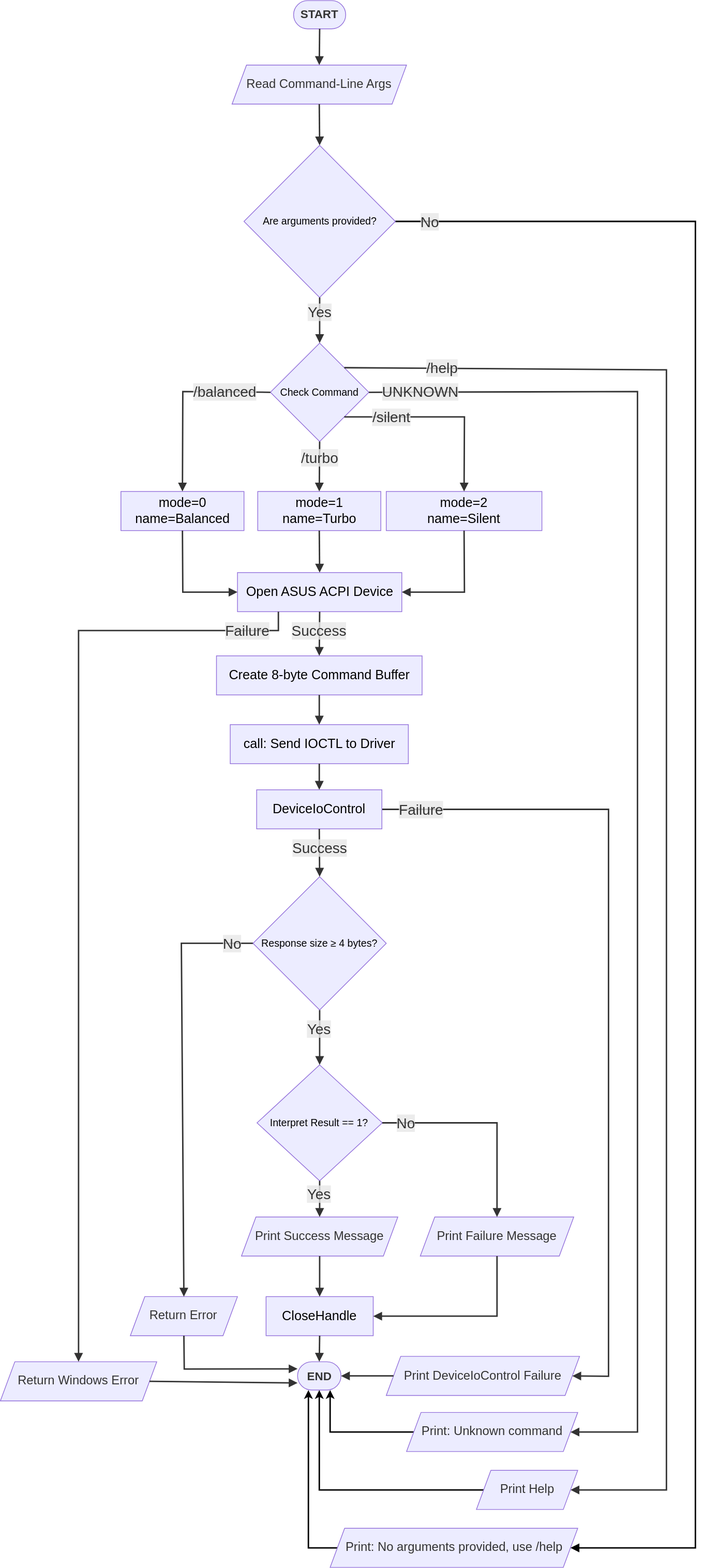
This is AsusMode.drawio.svg from KiyomizuSuzu/AsusMode, a draw.io export, as it was before one commit. Source tidied: cells renumbered, new cells last; positions are measured from the earlier drawing's top-left corner, leaving out a move shared by most shapes.
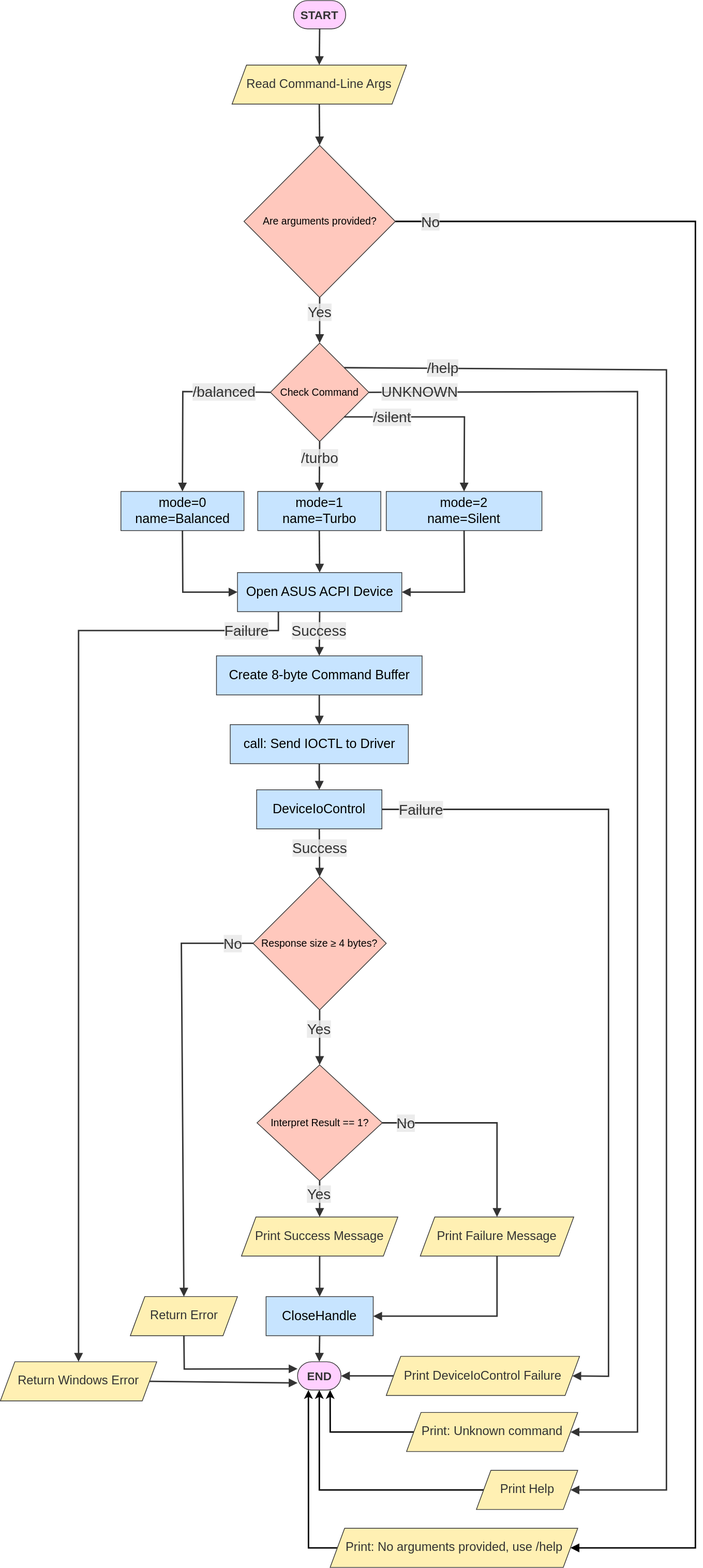
After the commit.

The edit, as a diff of the source:
```diff
@@ -2,28 +2,28 @@
   <root>
     <mxCell id="0" />
     <mxCell id="1" parent="0" />
-    <mxCell id="2" value="START" style="html=1;rounded=1;whiteSpace=wrap;arcSize=50;strokeWidth=1;fillColor=light-dark(#ECECFF,#FFA7FF);strokeColor=light-dark(#9370DB,#cccccc);fontColor=light-dark(#333333,#000000);fontFamily=Trebuchet MS,Verdana,Arial,sans-serif;fontSize=16;fontStyle=1;" parent="1" vertex="1">
+    <mxCell id="2" value="START" style="html=1;rounded=1;whiteSpace=wrap;arcSize=50;strokeWidth=1;fillColor=light-dark(#FFD0FF,#FFA7FF);strokeColor=light-dark(#333333,#CCCCCC);fontColor=light-dark(#333333,#000000);fontFamily=Trebuchet MS,Verdana,Arial,sans-serif;fontSize=16;fontStyle=1;" parent="1" vertex="1">
       <mxGeometry x="405" width="72" height="39" as="geometry" />
     </mxCell>
-    <mxCell id="3" value="Read Command-Line Args" style="html=1;whiteSpace=wrap;strokeWidth=1;fillColor=light-dark(#ECECFF,#FFE599);strokeColor=light-dark(#9370DB,#cccccc);fontColor=light-dark(#333333,#000000);fontFamily=Trebuchet MS,Verdana,Arial,sans-serif;fontSize=17;shape=parallelogram;perimeter=parallelogramPerimeter;fixedSize=1;" parent="1" vertex="1">
+    <mxCell id="3" value="Read Command-Line Args" style="html=1;whiteSpace=wrap;strokeWidth=1;fillColor=light-dark(#FFF0B3,#FFE599);strokeColor=light-dark(#333333,#CCCCCC);fontColor=light-dark(#333333,#000000);fontFamily=Trebuchet MS,Verdana,Arial,sans-serif;fontSize=17;shape=parallelogram;perimeter=parallelogramPerimeter;fixedSize=1;" parent="1" vertex="1">
       <mxGeometry x="320" y="89" width="241" height="54" as="geometry" />
     </mxCell>
-    <mxCell id="4" value="Check Command" style="rhombus;html=1;strokeWidth=1;whiteSpace=wrap;fillColor=light-dark(#ECECFF,#FF9281);strokeColor=light-dark(#9370DB,#cccccc);fontColor=light-dark(#000000,#000000);fontFamily=Trebuchet MS,Verdana,Arial,sans-serif;fontSize=14;" parent="1" vertex="1">
+    <mxCell id="4" value="Check Command" style="rhombus;html=1;strokeWidth=1;whiteSpace=wrap;fillColor=light-dark(#FFC8BD,#FF9281);strokeColor=light-dark(#333333,#CCCCCC);fontColor=light-dark(#000000,#000000);fontFamily=Trebuchet MS,Verdana,Arial,sans-serif;fontSize=14;" parent="1" vertex="1">
       <mxGeometry x="373" y="473" width="136" height="136" as="geometry" />
     </mxCell>
-    <mxCell id="5" value="&lt;div&gt;mode=0&lt;/div&gt;&lt;div&gt;name=Balanced&lt;/div&gt;" style="html=1;whiteSpace=wrap;strokeWidth=1;fillColor=light-dark(#ECECFF,#6DB2FF);strokeColor=light-dark(#9370DB,#cccccc);fontColor=light-dark(#000000,#000000);fontFamily=Trebuchet MS,Verdana,Arial,sans-serif;fontSize=18;" parent="1" vertex="1">
+    <mxCell id="5" value="&lt;div&gt;mode=0&lt;/div&gt;&lt;div&gt;name=Balanced&lt;/div&gt;" style="html=1;whiteSpace=wrap;strokeWidth=1;fillColor=light-dark(#C7E4FF,#6DB2FF);strokeColor=light-dark(#333333,#CCCCCC);fontColor=light-dark(#000000,#000000);fontFamily=Trebuchet MS,Verdana,Arial,sans-serif;fontSize=18;" parent="1" vertex="1">
       <mxGeometry x="166.5" y="678" width="170" height="54" as="geometry" />
     </mxCell>
-    <mxCell id="6" value="&lt;div&gt;mode=1&lt;/div&gt;&lt;div&gt;name=Turbo&lt;/div&gt;" style="html=1;whiteSpace=wrap;strokeWidth=1;fillColor=light-dark(#ECECFF,#6DB2FF);strokeColor=light-dark(#9370DB,#cccccc);fontColor=light-dark(#000000,#000000);fontFamily=Trebuchet MS,Verdana,Arial,sans-serif;fontSize=18;" parent="1" vertex="1">
+    <mxCell id="6" value="&lt;div&gt;mode=1&lt;/div&gt;&lt;div&gt;name=Turbo&lt;/div&gt;" style="html=1;whiteSpace=wrap;strokeWidth=1;fillColor=light-dark(#C7E4FF,#6DB2FF);strokeColor=light-dark(#333333,#CCCCCC);fontColor=light-dark(#000000,#000000);fontFamily=Trebuchet MS,Verdana,Arial,sans-serif;fontSize=18;" parent="1" vertex="1">
       <mxGeometry x="355.5" y="678" width="170" height="54" as="geometry" />
     </mxCell>
-    <mxCell id="7" value="&lt;div&gt;mode=2&lt;/div&gt;&lt;div&gt;name=Silent&lt;/div&gt;" style="html=1;whiteSpace=wrap;strokeWidth=1;fillColor=light-dark(#ECECFF,#6DB2FF);strokeColor=light-dark(#9370DB,#cccccc);fontColor=light-dark(#000000,#000000);fontFamily=Trebuchet MS,Verdana,Arial,sans-serif;fontSize=18;" parent="1" vertex="1">
+    <mxCell id="7" value="&lt;div&gt;mode=2&lt;/div&gt;&lt;div&gt;name=Silent&lt;/div&gt;" style="html=1;whiteSpace=wrap;strokeWidth=1;fillColor=light-dark(#C7E4FF,#6DB2FF);strokeColor=light-dark(#333333,#CCCCCC);fontColor=light-dark(#000000,#000000);fontFamily=Trebuchet MS,Verdana,Arial,sans-serif;fontSize=18;" parent="1" vertex="1">
       <mxGeometry x="533" y="678" width="215" height="54" as="geometry" />
     </mxCell>
     <mxCell id="8" style="edgeStyle=orthogonalEdgeStyle;rounded=0;jettySize=auto;html=1;exitX=0;exitY=0.5;exitDx=0;exitDy=0;entryX=0.75;entryY=1;entryDx=0;entryDy=0;strokeWidth=2;" parent="1" edge="1" source="9" target="22">
       <mxGeometry relative="1" as="geometry" />
     </mxCell>
-    <mxCell id="9" value="Print: Unknown command" style="html=1;whiteSpace=wrap;strokeWidth=1;fillColor=light-dark(#ECECFF,#FFE599);strokeColor=light-dark(#9370DB,#cccccc);fontColor=light-dark(#333333,#000000);fontFamily=Trebuchet MS,Verdana,Arial,sans-serif;fontSize=17;shape=parallelogram;perimeter=parallelogramPerimeter;fixedSize=1;" parent="1" vertex="1">
+    <mxCell id="9" value="Print: Unknown command" style="html=1;whiteSpace=wrap;strokeWidth=1;fillColor=light-dark(#FFF0B3,#FFE599);strokeColor=light-dark(#333333,#CCCCCC);fontColor=light-dark(#333333,#000000);fontFamily=Trebuchet MS,Verdana,Arial,sans-serif;fontSize=17;shape=parallelogram;perimeter=parallelogramPerimeter;fixedSize=1;" parent="1" vertex="1">
       <mxGeometry x="561" y="1950" width="236.5" height="54" as="geometry" />
     </mxCell>
     <mxCell id="10" style="edgeStyle=orthogonalEdgeStyle;rounded=0;jettySize=auto;html=1;entryX=0.25;entryY=1;entryDx=0;entryDy=0;exitX=0;exitY=0.5;exitDx=0;exitDy=0;strokeWidth=2;" parent="1" edge="1" source="11" target="22">
@@ -33,40 +33,40 @@
         </Array>
       </mxGeometry>
     </mxCell>
-    <mxCell id="11" value="&lt;div&gt;Print: No arguments provided, use /help&lt;/div&gt;" style="html=1;whiteSpace=wrap;strokeWidth=1;fillColor=light-dark(#ECECFF,#FFE599);strokeColor=light-dark(#9370DB,#cccccc);fontColor=light-dark(#333333,#000000);fontFamily=Trebuchet MS,Verdana,Arial,sans-serif;fontSize=17;shape=parallelogram;perimeter=parallelogramPerimeter;fixedSize=1;" parent="1" vertex="1">
+    <mxCell id="11" value="&lt;div&gt;Print: No arguments provided, use /help&lt;/div&gt;" style="html=1;whiteSpace=wrap;strokeWidth=1;fillColor=light-dark(#FFF0B3,#FFE599);strokeColor=light-dark(#333333,#CCCCCC);fontColor=light-dark(#333333,#000000);fontFamily=Trebuchet MS,Verdana,Arial,sans-serif;fontSize=17;shape=parallelogram;perimeter=parallelogramPerimeter;fixedSize=1;" parent="1" vertex="1">
       <mxGeometry x="455.5" y="2110" width="342" height="54" as="geometry" />
     </mxCell>
-    <mxCell id="12" value="Open ASUS ACPI Device" style="html=1;whiteSpace=wrap;strokeWidth=1;fillColor=light-dark(#ECECFF,#6DB2FF);strokeColor=light-dark(#9370DB,#cccccc);fontColor=light-dark(#000000,#000000);fontFamily=Trebuchet MS,Verdana,Arial,sans-serif;fontSize=18;" parent="1" vertex="1">
+    <mxCell id="12" value="Open ASUS ACPI Device" style="html=1;whiteSpace=wrap;strokeWidth=1;fillColor=light-dark(#C7E4FF,#6DB2FF);strokeColor=light-dark(#333333,#CCCCCC);fontColor=light-dark(#000000,#000000);fontFamily=Trebuchet MS,Verdana,Arial,sans-serif;fontSize=18;" parent="1" vertex="1">
       <mxGeometry x="327.5" y="790" width="227" height="54" as="geometry" />
     </mxCell>
-    <mxCell id="13" value="Return Windows Error" style="html=1;whiteSpace=wrap;strokeWidth=1;fillColor=light-dark(#ECECFF,#FFE599);strokeColor=light-dark(#9370DB,#cccccc);fontColor=light-dark(#333333,#000000);fontFamily=Trebuchet MS,Verdana,Arial,sans-serif;fontSize=17;shape=parallelogram;perimeter=parallelogramPerimeter;fixedSize=1;" parent="1" vertex="1">
+    <mxCell id="13" value="Return Windows Error" style="html=1;whiteSpace=wrap;strokeWidth=1;fillColor=light-dark(#FFF0B3,#FFE599);strokeColor=light-dark(#333333,#CCCCCC);fontColor=light-dark(#333333,#000000);fontFamily=Trebuchet MS,Verdana,Arial,sans-serif;fontSize=17;shape=parallelogram;perimeter=parallelogramPerimeter;fixedSize=1;" parent="1" vertex="1">
       <mxGeometry y="1880" width="216" height="54" as="geometry" />
     </mxCell>
-    <mxCell id="14" value="Create 8-byte Command Buffer" style="html=1;whiteSpace=wrap;strokeWidth=1;fillColor=light-dark(#ECECFF,#6DB2FF);strokeColor=light-dark(#9370DB,#cccccc);fontColor=light-dark(#000000,#000000);fontFamily=Trebuchet MS,Verdana,Arial,sans-serif;fontSize=18;" parent="1" vertex="1">
+    <mxCell id="14" value="Create 8-byte Command Buffer" style="html=1;whiteSpace=wrap;strokeWidth=1;fillColor=light-dark(#C7E4FF,#6DB2FF);strokeColor=light-dark(#333333,#CCCCCC);fontColor=light-dark(#000000,#000000);fontFamily=Trebuchet MS,Verdana,Arial,sans-serif;fontSize=18;" parent="1" vertex="1">
       <mxGeometry x="298.5" y="905" width="284" height="54" as="geometry" />
     </mxCell>
-    <mxCell id="15" value="call: Send IOCTL to Driver" style="html=1;whiteSpace=wrap;strokeWidth=1;fillColor=light-dark(#ECECFF,#6DB2FF);strokeColor=light-dark(#9370DB,#cccccc);fontColor=light-dark(#000000,#000000);fontFamily=Trebuchet MS,Verdana,Arial,sans-serif;fontSize=18;" parent="1" vertex="1">
+    <mxCell id="15" value="call: Send IOCTL to Driver" style="html=1;whiteSpace=wrap;strokeWidth=1;fillColor=light-dark(#C7E4FF,#6DB2FF);strokeColor=light-dark(#333333,#CCCCCC);fontColor=light-dark(#000000,#000000);fontFamily=Trebuchet MS,Verdana,Arial,sans-serif;fontSize=18;" parent="1" vertex="1">
       <mxGeometry x="317.5" y="1000" width="246" height="54" as="geometry" />
     </mxCell>
-    <mxCell id="16" value="Print DeviceIoControl Failure" style="html=1;whiteSpace=wrap;strokeWidth=1;fillColor=light-dark(#ECECFF,#FFE599);strokeColor=light-dark(#9370DB,#cccccc);fontColor=light-dark(#333333,#000000);fontFamily=Trebuchet MS,Verdana,Arial,sans-serif;fontSize=17;shape=parallelogram;perimeter=parallelogramPerimeter;fixedSize=1;" parent="1" vertex="1">
+    <mxCell id="16" value="Print DeviceIoControl Failure" style="html=1;whiteSpace=wrap;strokeWidth=1;fillColor=light-dark(#FFF0B3,#FFE599);strokeColor=light-dark(#333333,#CCCCCC);fontColor=light-dark(#333333,#000000);fontFamily=Trebuchet MS,Verdana,Arial,sans-serif;fontSize=17;shape=parallelogram;perimeter=parallelogramPerimeter;fixedSize=1;" parent="1" vertex="1">
       <mxGeometry x="533" y="1872.5" width="267" height="54" as="geometry" />
     </mxCell>
-    <mxCell id="17" value="Return Error" style="html=1;whiteSpace=wrap;strokeWidth=1;fillColor=light-dark(#ECECFF,#FFE599);strokeColor=light-dark(#9370DB,#cccccc);fontColor=light-dark(#333333,#000000);fontFamily=Trebuchet MS,Verdana,Arial,sans-serif;fontSize=17;shape=parallelogram;perimeter=parallelogramPerimeter;fixedSize=1;" parent="1" vertex="1">
+    <mxCell id="17" value="Return Error" style="html=1;whiteSpace=wrap;strokeWidth=1;fillColor=light-dark(#FFF0B3,#FFE599);strokeColor=light-dark(#333333,#CCCCCC);fontColor=light-dark(#333333,#000000);fontFamily=Trebuchet MS,Verdana,Arial,sans-serif;fontSize=17;shape=parallelogram;perimeter=parallelogramPerimeter;fixedSize=1;" parent="1" vertex="1">
       <mxGeometry x="179.5" y="1790" width="148" height="54" as="geometry" />
     </mxCell>
-    <mxCell id="18" value="Interpret Result == 1?" style="html=1;whiteSpace=wrap;strokeWidth=1;fillColor=light-dark(#ECECFF,#FF9281);strokeColor=light-dark(#9370DB,#cccccc);fontColor=light-dark(#000000,#000000);fontFamily=Trebuchet MS,Verdana,Arial,sans-serif;fontSize=14;shape=rhombus;perimeter=rhombusPerimeter;" parent="1" vertex="1">
+    <mxCell id="18" value="Interpret Result == 1?" style="html=1;whiteSpace=wrap;strokeWidth=1;fillColor=light-dark(#FFC8BD,#FF9281);strokeColor=light-dark(#333333,#CCCCCC);fontColor=light-dark(#000000,#000000);fontFamily=Trebuchet MS,Verdana,Arial,sans-serif;fontSize=14;shape=rhombus;perimeter=rhombusPerimeter;" parent="1" vertex="1">
       <mxGeometry x="354.5" y="1470" width="173" height="160" as="geometry" />
     </mxCell>
-    <mxCell id="19" value="Print Success Message" style="html=1;whiteSpace=wrap;strokeWidth=1;fillColor=light-dark(#ECECFF,#FFE599);strokeColor=light-dark(#9370DB,#cccccc);fontColor=light-dark(#333333,#000000);fontFamily=Trebuchet MS,Verdana,Arial,sans-serif;fontSize=17;shape=parallelogram;perimeter=parallelogramPerimeter;fixedSize=1;" parent="1" vertex="1">
+    <mxCell id="19" value="Print Success Message" style="html=1;whiteSpace=wrap;strokeWidth=1;fillColor=light-dark(#FFF0B3,#FFE599);strokeColor=light-dark(#333333,#CCCCCC);fontColor=light-dark(#333333,#000000);fontFamily=Trebuchet MS,Verdana,Arial,sans-serif;fontSize=17;shape=parallelogram;perimeter=parallelogramPerimeter;fixedSize=1;" parent="1" vertex="1">
       <mxGeometry x="333" y="1680" width="216" height="54" as="geometry" />
     </mxCell>
-    <mxCell id="20" value="Print Failure Message" style="html=1;whiteSpace=wrap;strokeWidth=1;fillColor=light-dark(#ECECFF,#FFE599);strokeColor=light-dark(#9370DB,#cccccc);fontColor=light-dark(#333333,#000000);fontFamily=Trebuchet MS,Verdana,Arial,sans-serif;fontSize=17;shape=parallelogram;perimeter=parallelogramPerimeter;fixedSize=1;" parent="1" vertex="1">
+    <mxCell id="20" value="Print Failure Message" style="html=1;whiteSpace=wrap;strokeWidth=1;fillColor=light-dark(#FFF0B3,#FFE599);strokeColor=light-dark(#333333,#CCCCCC);fontColor=light-dark(#333333,#000000);fontFamily=Trebuchet MS,Verdana,Arial,sans-serif;fontSize=17;shape=parallelogram;perimeter=parallelogramPerimeter;fixedSize=1;" parent="1" vertex="1">
       <mxGeometry x="580" y="1680" width="212" height="54" as="geometry" />
     </mxCell>
-    <mxCell id="21" value="CloseHandle" style="html=1;whiteSpace=wrap;strokeWidth=1;fillColor=light-dark(#ECECFF,#6DB2FF);strokeColor=light-dark(#9370DB,#cccccc);fontColor=light-dark(#000000,#000000);fontFamily=Trebuchet MS,Verdana,Arial,sans-serif;fontSize=18;fontStyle=0;" parent="1" vertex="1">
+    <mxCell id="21" value="CloseHandle" style="html=1;whiteSpace=wrap;strokeWidth=1;fillColor=light-dark(#C7E4FF,#6DB2FF);strokeColor=light-dark(#333333,#CCCCCC);fontColor=light-dark(#000000,#000000);fontFamily=Trebuchet MS,Verdana,Arial,sans-serif;fontSize=18;fontStyle=0;" parent="1" vertex="1">
       <mxGeometry x="367" y="1790" width="148" height="54" as="geometry" />
     </mxCell>
-    <mxCell id="22" value="END" style="html=1;rounded=1;whiteSpace=wrap;arcSize=50;strokeWidth=1;fillColor=light-dark(#ECECFF,#FFA7FF);strokeColor=light-dark(#9370DB,#cccccc);fontColor=light-dark(#333333,#000000);fontFamily=Trebuchet MS,Verdana,Arial,sans-serif;fontSize=16;fontStyle=1;" parent="1" vertex="1">
+    <mxCell id="22" value="END" style="html=1;rounded=1;whiteSpace=wrap;arcSize=50;strokeWidth=1;fillColor=light-dark(#FFD0FF,#FFA7FF);strokeColor=light-dark(#333333,#CCCCCC);fontColor=light-dark(#333333,#000000);fontFamily=Trebuchet MS,Verdana,Arial,sans-serif;fontSize=16;fontStyle=1;" parent="1" vertex="1">
       <mxGeometry x="410.5" y="1880" width="60" height="39" as="geometry" />
     </mxCell>
     <mxCell id="23" style="curved=1;startArrow=none;endArrow=block;endSize=7;strokeColor=light-dark(#333333,#cccccc);exitX=0.5;exitY=1;entryX=0.5;entryY=0;rounded=0;strokeWidth=2;" parent="1" edge="1" source="2" target="3">
@@ -184,10 +184,10 @@
     <mxCell id="44" style="curved=1;startArrow=none;endArrow=block;endSize=7;strokeColor=light-dark(#333333,#cccccc);exitX=0.5;exitY=1;entryX=0.5;entryY=0;rounded=0;strokeWidth=2;" parent="1" edge="1" source="21" target="22">
       <mxGeometry relative="1" as="geometry" />
     </mxCell>
-    <mxCell id="45" value="DeviceIoControl" style="html=1;whiteSpace=wrap;strokeWidth=1;fillColor=light-dark(#ECECFF,#6DB2FF);strokeColor=light-dark(#9370DB,#cccccc);fontColor=light-dark(#000000,#000000);fontFamily=Trebuchet MS,Verdana,Arial,sans-serif;fontSize=18;" parent="1" vertex="1">
+    <mxCell id="45" value="DeviceIoControl" style="html=1;whiteSpace=wrap;strokeWidth=1;fillColor=light-dark(#C7E4FF,#6DB2FF);strokeColor=light-dark(#333333,#CCCCCC);fontColor=light-dark(#000000,#000000);fontFamily=Trebuchet MS,Verdana,Arial,sans-serif;fontSize=18;" parent="1" vertex="1">
       <mxGeometry x="354" y="1090" width="173" height="54" as="geometry" />
     </mxCell>
-    <mxCell id="46" value="&lt;font&gt;Response size ≥ 4 bytes?&lt;/font&gt;" style="rhombus;html=1;strokeWidth=1;whiteSpace=wrap;fillColor=light-dark(#ECECFF,#FF9281);strokeColor=light-dark(#9370DB,#cccccc);fontColor=light-dark(#000000,#000000);fontFamily=Trebuchet MS,Verdana,Arial,sans-serif;fontSize=14;" parent="1" vertex="1">
+    <mxCell id="46" value="&lt;font&gt;Response size ≥ 4 bytes?&lt;/font&gt;" style="rhombus;html=1;strokeWidth=1;whiteSpace=wrap;fillColor=light-dark(#FFC8BD,#FF9281);strokeColor=light-dark(#333333,#CCCCCC);fontColor=light-dark(#000000,#000000);fontFamily=Trebuchet MS,Verdana,Arial,sans-serif;fontSize=14;" parent="1" vertex="1">
       <mxGeometry x="349" y="1210" width="184" height="184" as="geometry" />
     </mxCell>
     <mxCell id="47" value="Success" style="curved=1;startArrow=none;endArrow=block;endSize=7;strokeColor=light-dark(#333333,#cccccc);html=1;fontSize=20;labelBackgroundColor=light-dark(#E8E8E88D,#2a2a2a8D);fontFamily=Trebuchet MS,Verdana,Arial,sans-serif;fontColor=light-dark(#333333,#cccccc);exitX=0.5;exitY=1;entryX=0.5;entryY=0;rounded=0;strokeWidth=2;" parent="1" edge="1" source="45" target="46">
@@ -206,7 +206,7 @@
     <mxCell id="50" style="curved=1;startArrow=none;endArrow=block;endSize=7;strokeColor=light-dark(#333333,#cccccc);exitX=0;exitY=0.5;entryX=1;entryY=0.5;rounded=0;exitDx=0;exitDy=0;entryDx=0;entryDy=0;strokeWidth=2;" parent="1" edge="1" source="16" target="22">
       <mxGeometry relative="1" as="geometry" />
     </mxCell>
-    <mxCell id="51" value="Are arguments provided?" style="rhombus;html=1;strokeWidth=1;whiteSpace=wrap;fillColor=light-dark(#ECECFF,#FF9281);strokeColor=light-dark(#9370DB,#cccccc);fontColor=light-dark(#000000,#000000);fontFamily=Trebuchet MS,Verdana,Arial,sans-serif;fontSize=14;" parent="1" vertex="1">
+    <mxCell id="51" value="Are arguments provided?" style="rhombus;html=1;strokeWidth=1;whiteSpace=wrap;fillColor=light-dark(#FFC8BD,#FF9281);strokeColor=light-dark(#333333,#CCCCCC);fontColor=light-dark(#000000,#000000);fontFamily=Trebuchet MS,Verdana,Arial,sans-serif;fontSize=14;" parent="1" vertex="1">
       <mxGeometry x="336.5" y="200" width="209" height="210" as="geometry" />
     </mxCell>
     <mxCell id="52" value="Yes" style="curved=0;startArrow=none;endArrow=block;endSize=7;strokeColor=light-dark(#333333,#cccccc);html=1;fontSize=20;labelBackgroundColor=light-dark(#E8E8E88D,#2a2a2a8D);fontFamily=Trebuchet MS,Verdana,Arial,sans-serif;fontColor=light-dark(#333333,#cccccc);exitX=0.5;exitY=1;entryX=0.5;entryY=0;rounded=0;exitDx=0;exitDy=0;entryDx=0;entryDy=0;strokeWidth=2;" parent="1" edge="1" source="51" target="4">
@@ -219,7 +219,7 @@
     <mxCell id="53" style="edgeStyle=orthogonalEdgeStyle;rounded=0;jettySize=auto;html=1;exitX=0;exitY=0.5;exitDx=0;exitDy=0;entryX=0.5;entryY=1;entryDx=0;entryDy=0;strokeWidth=2;" parent="1" edge="1" source="54" target="22">
       <mxGeometry relative="1" as="geometry" />
     </mxCell>
-    <mxCell id="54" value="Print Help" style="html=1;whiteSpace=wrap;strokeWidth=1;fillColor=light-dark(#ECECFF,#FFE599);strokeColor=light-dark(#9370DB,#cccccc);fontColor=light-dark(#333333,#000000);fontFamily=Trebuchet MS,Verdana,Arial,sans-serif;fontSize=17;shape=parallelogram;perimeter=parallelogramPerimeter;fixedSize=1;" parent="1" vertex="1">
+    <mxCell id="54" value="Print Help" style="html=1;whiteSpace=wrap;strokeWidth=1;fillColor=light-dark(#FFF0B3,#FFE599);strokeColor=light-dark(#333333,#CCCCCC);fontColor=light-dark(#333333,#000000);fontFamily=Trebuchet MS,Verdana,Arial,sans-serif;fontSize=17;shape=parallelogram;perimeter=parallelogramPerimeter;fixedSize=1;" parent="1" vertex="1">
       <mxGeometry x="657.5" y="2030" width="140" height="54" as="geometry" />
     </mxCell>
     <mxCell id="55" value="UNKNOWN" style="curved=0;startArrow=none;endArrow=block;endSize=7;strokeColor=light-dark(#333333,#cccccc);html=1;fontSize=20;labelBackgroundColor=light-dark(#E8E8E88D,#2a2a2a8D);fontFamily=Trebuchet MS,Verdana,Arial,sans-serif;fontColor=light-dark(#333333,#cccccc);exitX=1;exitY=0.5;entryX=1;entryY=0.5;rounded=0;exitDx=0;exitDy=0;entryDx=0;entryDy=0;strokeWidth=2;" parent="1" edge="1" source="4" target="9">
```
